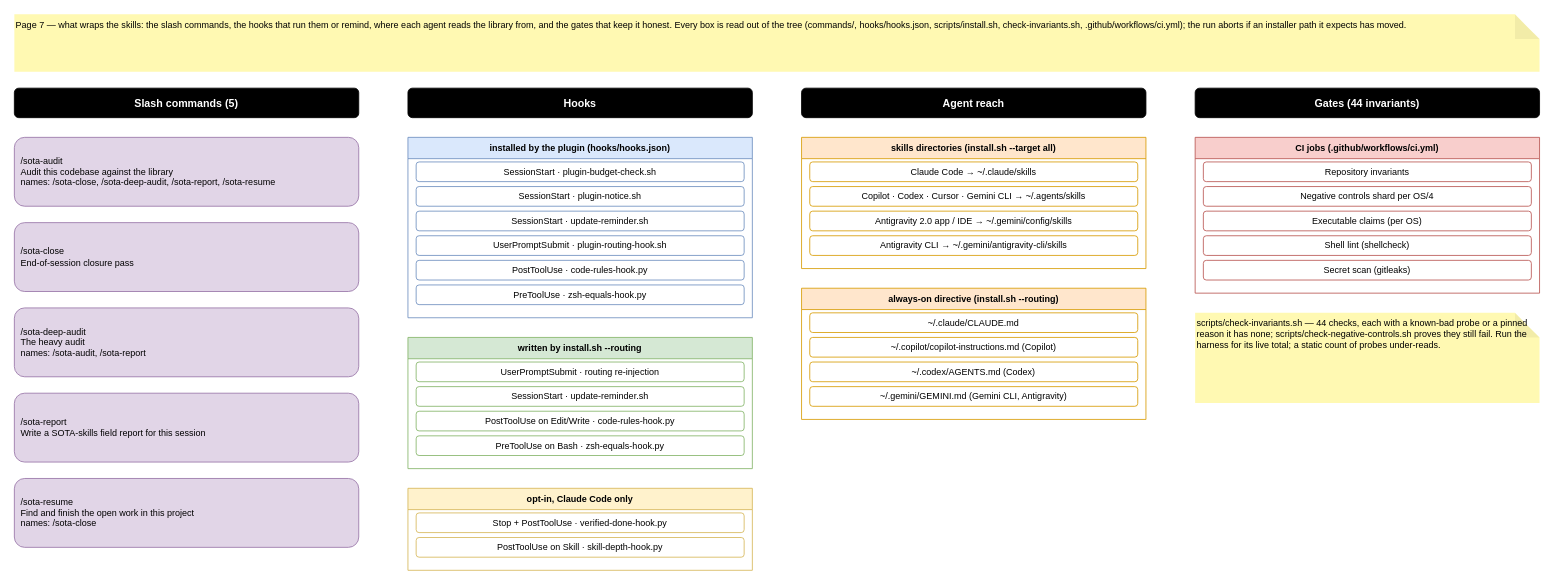
Above: page "7 · Commands, hooks & agents" (7 of 8) of docs/skill-map.drawio in martinholovsky/SOTA-skills (draw.io), before the change. Source tidied: cells renumbered, new cells numbered last; positions are measured from the earlier drawing's top-left corner, leaving out a move shared by most shapes. Both pictures are drawn from the tidied source at 82%, with x=0, y=0 at pixel (14, 14).
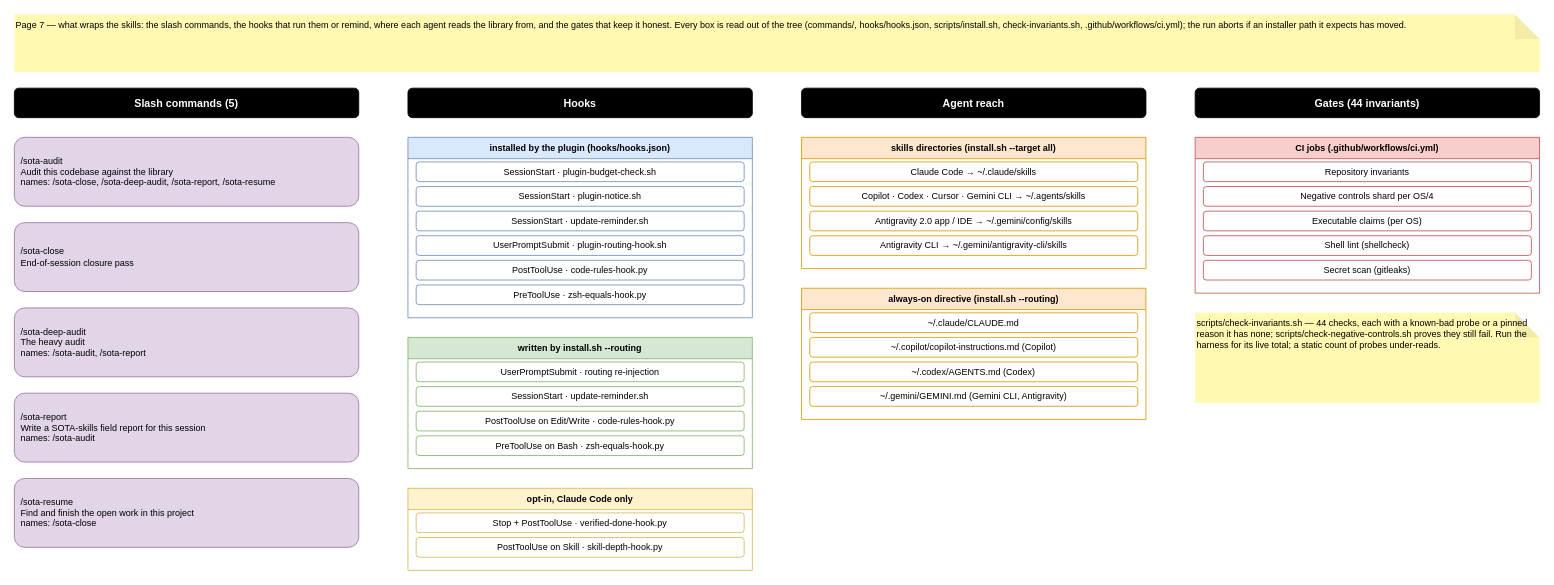
After the change.

Commit message (it also covers changes not shown here):
session-load-audit.py: what a session loaded (transcript) and what it built (diff probes); /sota-report E + E2, intake step 6 (#692)

Diff of the diagram source:
```diff
@@
-    <mxCell id="10" value="/sota-report&lt;br&gt;Write a SOTA-skills field report for this session" style="rounded=1;whiteSpace=wrap;html=1;fontSize=11;fillColor=#e1d5e7;strokeColor=#9673a6;align=left;spacingLeft=6;" parent="1" vertex="1">
+    <mxCell id="10" value="/sota-report&lt;br&gt;Write a SOTA-skills field report for this session&lt;br&gt;names: /sota-audit" style="rounded=1;whiteSpace=wrap;html=1;fontSize=11;fillColor=#e1d5e7;strokeColor=#9673a6;align=left;spacingLeft=6;" parent="1" vertex="1">
       <mxGeometry y="462" width="420" height="84" as="geometry" />
     </mxCell>
```
